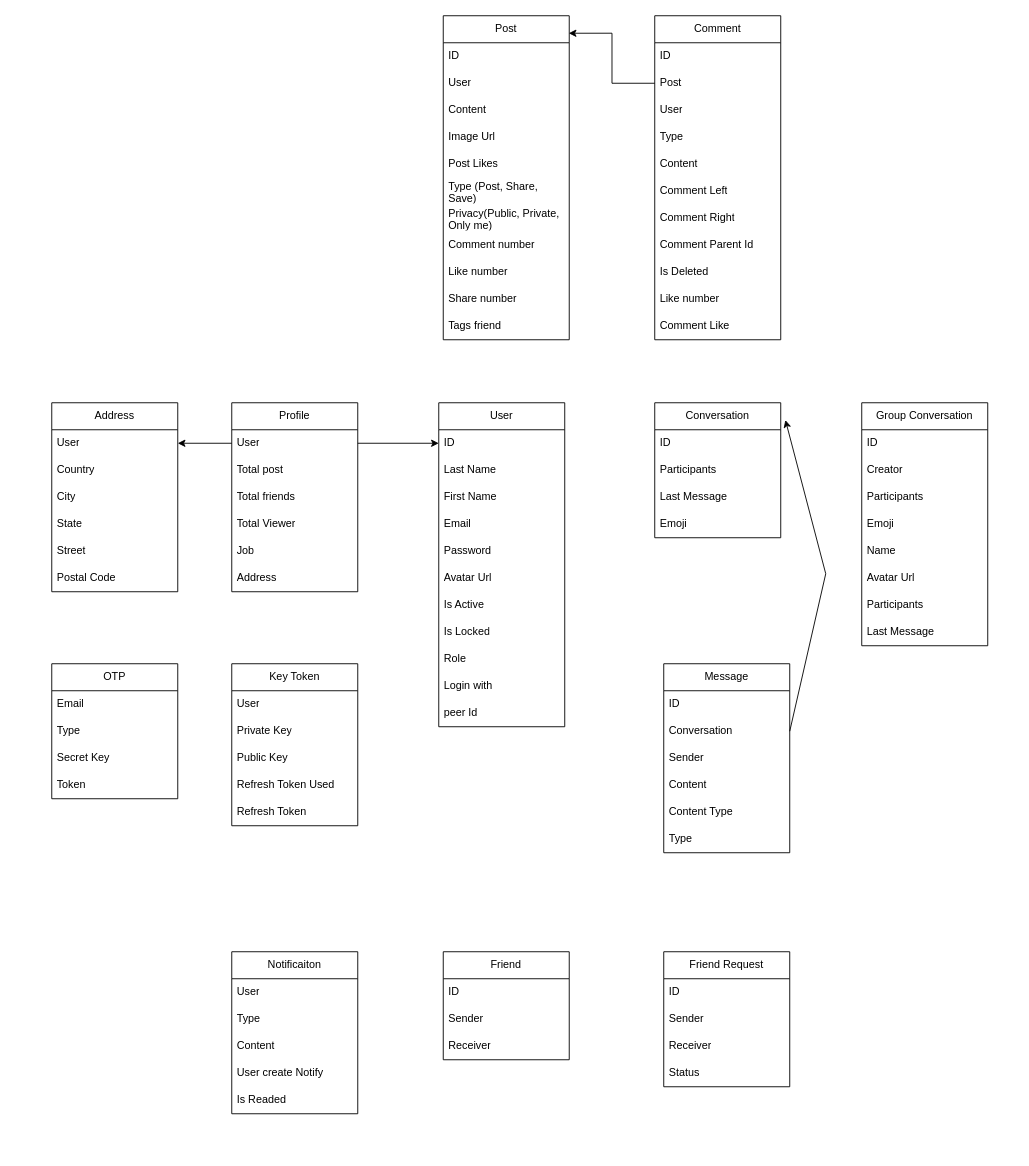
Before: chat-app-server/socialMedia.drawio in hoangdat12/chat-app, a draw.io diagram. Source tidied: cells renumbered, new cells numbered last; positions are measured from the earlier drawing's top-left corner, leaving out a move shared by most shapes. Both pictures are drawn from the tidied source at 90%, with x=0, y=0 at pixel (51, 15).
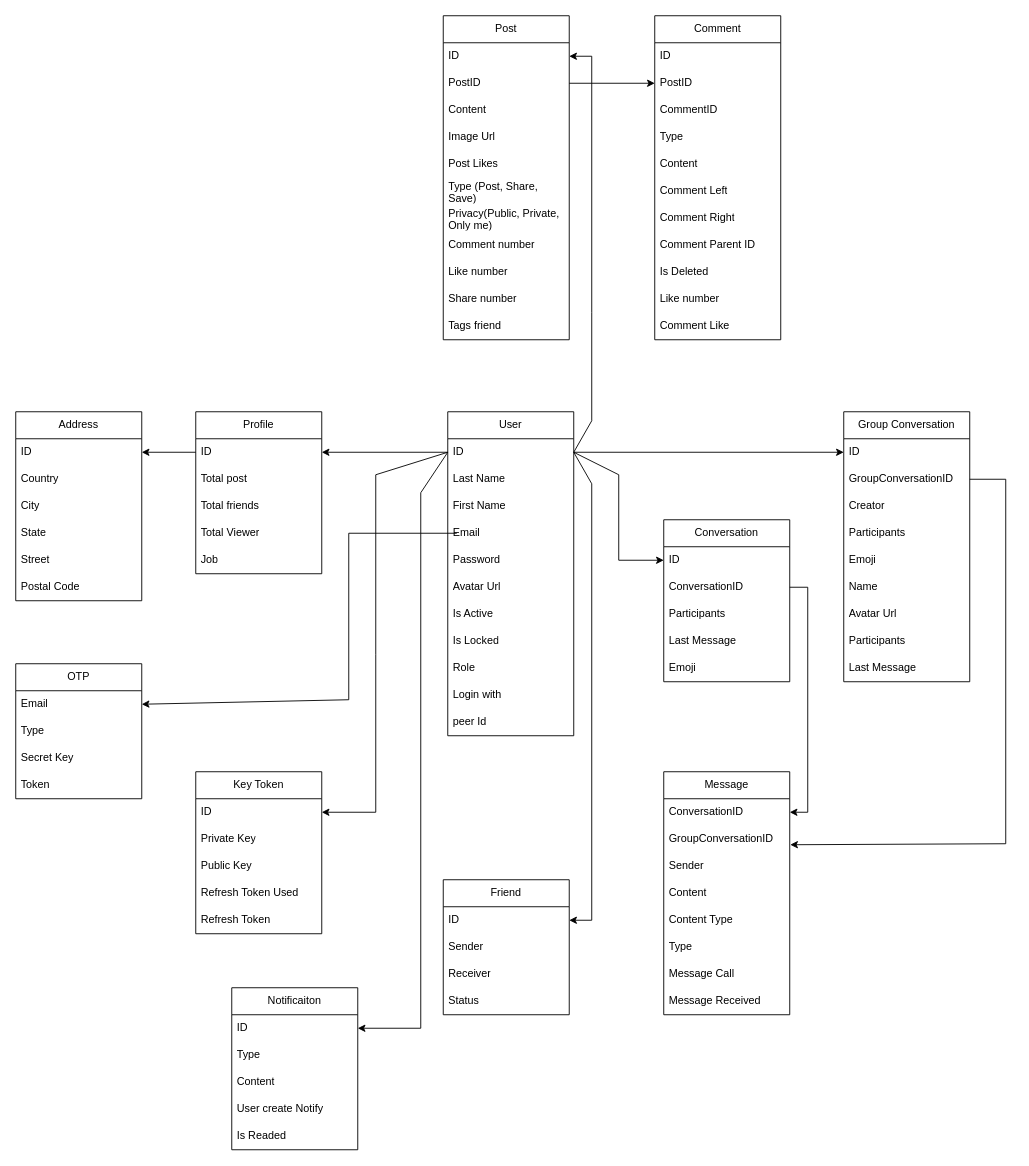
Above is the later version.

Commit message (it also covers changes not shown here):
Cập nhật socialMedia.drawio

The change refers to these unchanged cells:
```xml
<mxCell id="3" value="ID" style="text;strokeColor=none;fillColor=none;align=left;verticalAlign=middle;spacingLeft=4;spacingRight=4;overflow=hidden;points=[[0,0.5],[1,0.5]];portConstraint=eastwest;whiteSpace=wrap;html=1;" parent="2" vertex="1">
  <mxGeometry y="30" width="140" height="30" as="geometry" />
</mxCell>
<mxCell id="29" value="Post" style="swimlane;fontStyle=0;horizontal=1;startSize=30;whiteSpace=wrap;html=1;" parent="1" vertex="1">
  <mxGeometry x="435" width="140" height="360" as="geometry" />
</mxCell>
<mxCell id="30" value="ID" style="text;strokeColor=none;fillColor=none;align=left;verticalAlign=middle;spacingLeft=4;spacingRight=4;overflow=hidden;points=[[0,0.5],[1,0.5]];portConstraint=eastwest;whiteSpace=wrap;html=1;" parent="29" vertex="1">
  <mxGeometry y="30" width="140" height="30" as="geometry" />
</mxCell>
<mxCell id="42" value="ID" style="text;strokeColor=none;fillColor=none;align=left;verticalAlign=middle;spacingLeft=4;spacingRight=4;overflow=hidden;points=[[0,0.5],[1,0.5]];portConstraint=eastwest;whiteSpace=wrap;html=1;" parent="41" vertex="1">
  <mxGeometry y="30" width="140" height="30" as="geometry" />
</mxCell>
<mxCell id="47" value="ID" style="text;strokeColor=none;fillColor=none;align=left;verticalAlign=middle;spacingLeft=4;spacingRight=4;overflow=hidden;points=[[0,0.5],[1,0.5]];portConstraint=eastwest;whiteSpace=wrap;html=1;" parent="46" vertex="1">
  <mxGeometry y="30" width="140" height="30" as="geometry" />
</mxCell>
<mxCell id="63" value="Comment" style="swimlane;fontStyle=0;horizontal=1;startSize=30;whiteSpace=wrap;html=1;" parent="1" vertex="1">
  <mxGeometry x="670" width="140" height="360" as="geometry" />
</mxCell>
<mxCell id="83" value="ID" style="text;strokeColor=none;fillColor=none;align=left;verticalAlign=middle;spacingLeft=4;spacingRight=4;overflow=hidden;points=[[0,0.5],[1,0.5]];portConstraint=eastwest;whiteSpace=wrap;html=1;" parent="82" vertex="1">
  <mxGeometry y="30" width="140" height="30" as="geometry" />
</mxCell>
<mxCell id="98" value="Email" style="text;strokeColor=none;fillColor=none;align=left;verticalAlign=middle;spacingLeft=4;spacingRight=4;overflow=hidden;points=[[0,0.5],[1,0.5]];portConstraint=eastwest;whiteSpace=wrap;html=1;" parent="97" vertex="1">
  <mxGeometry y="30" width="140" height="30" as="geometry" />
</mxCell>
```

What changed in the source:
```diff
@@
     <mxCell id="2" value="User" style="swimlane;fontStyle=0;horizontal=1;startSize=30;whiteSpace=wrap;html=1;" parent="1" vertex="1">
-      <mxGeometry x="430" y="430" width="140" height="360" as="geometry" />
+      <mxGeometry x="440" y="440" width="140" height="360" as="geometry" />
     </mxCell>
@@
     <mxCell id="14" value="Profile" style="swimlane;fontStyle=0;horizontal=1;startSize=30;whiteSpace=wrap;html=1;" parent="1" vertex="1">
-      <mxGeometry x="200" y="430" width="140" height="210" as="geometry" />
+      <mxGeometry x="160" y="440" width="140" height="180" as="geometry" />
     </mxCell>
-    <mxCell id="15" value="User" style="text;strokeColor=none;fillColor=none;align=left;verticalAlign=middle;spacingLeft=4;spacingRight=4;overflow=hidden;points=[[0,0.5],[1,0.5]];portConstraint=eastwest;whiteSpace=wrap;html=1;" parent="14" vertex="1">
+    <mxCell id="15" value="ID" style="text;strokeColor=none;fillColor=none;align=left;verticalAlign=middle;spacingLeft=4;spacingRight=4;overflow=hidden;points=[[0,0.5],[1,0.5]];portConstraint=eastwest;whiteSpace=wrap;html=1;" parent="14" vertex="1">
       <mxGeometry y="30" width="140" height="30" as="geometry" />
     </mxCell>
@@
-    <mxCell id="20" value="Address" style="text;strokeColor=none;fillColor=none;align=left;verticalAlign=middle;spacingLeft=4;spacingRight=4;overflow=hidden;whiteSpace=wrap;html=1;" parent="14" vertex="1">
-      <mxGeometry y="180" width="140" height="30" as="geometry" />
-    </mxCell>
-    <mxCell id="21" style="edgeStyle=orthogonalEdgeStyle;rounded=0;jettySize=auto;html=1;exitX=1;exitY=0.5;exitDx=0;exitDy=0;entryX=0;entryY=0.5;entryDx=0;entryDy=0;" parent="1" edge="1" source="15" target="3">
-      <mxGeometry relative="1" as="geometry" />
-    </mxCell>
     <mxCell id="22" value="Address" style="swimlane;fontStyle=0;horizontal=1;startSize=30;whiteSpace=wrap;html=1;" parent="1" vertex="1">
-      <mxGeometry y="430" width="140" height="210" as="geometry" />
+      <mxGeometry x="-40" y="440" width="140" height="210" as="geometry" />
     </mxCell>
-    <mxCell id="23" value="User" style="text;strokeColor=none;fillColor=none;align=left;verticalAlign=middle;spacingLeft=4;spacingRight=4;overflow=hidden;points=[[0,0.5],[1,0.5]];portConstraint=eastwest;whiteSpace=wrap;html=1;" parent="22" vertex="1">
+    <mxCell id="23" value="ID" style="text;strokeColor=none;fillColor=none;align=left;verticalAlign=middle;spacingLeft=4;spacingRight=4;overflow=hidden;points=[[0,0.5],[1,0.5]];portConstraint=eastwest;whiteSpace=wrap;html=1;" parent="22" vertex="1">
       <mxGeometry y="30" width="140" height="30" as="geometry" />
     </mxCell>
@@
-    <mxCell id="31" value="User" style="text;strokeColor=none;fillColor=none;align=left;verticalAlign=middle;spacingLeft=4;spacingRight=4;overflow=hidden;whiteSpace=wrap;html=1;" parent="29" vertex="1">
-      <mxGeometry y="60" width="140" height="30" as="geometry" />
-    </mxCell>
+    <mxCell id="103" value="PostID" style="text;strokeColor=none;fillColor=none;align=left;verticalAlign=middle;spacingLeft=4;spacingRight=4;overflow=hidden;points=[[0,0.5],[1,0.5]];portConstraint=eastwest;whiteSpace=wrap;html=1;" parent="29" vertex="1">
+      <mxGeometry y="60" width="140" height="30" as="geometry" />
+    </mxCell>
@@
     <mxCell id="41" value="Conversation" style="swimlane;fontStyle=0;horizontal=1;startSize=30;whiteSpace=wrap;html=1;" parent="1" vertex="1">
-      <mxGeometry x="670" y="430" width="140" height="150" as="geometry" />
+      <mxGeometry x="680" y="560" width="140" height="180" as="geometry" />
     </mxCell>
@@
+    <mxCell id="104" value="ConversationID" style="text;strokeColor=none;fillColor=none;align=left;verticalAlign=middle;spacingLeft=4;spacingRight=4;overflow=hidden;points=[[0,0.5],[1,0.5]];portConstraint=eastwest;whiteSpace=wrap;html=1;" parent="41" vertex="1">
+      <mxGeometry y="60" width="140" height="30" as="geometry" />
+    </mxCell>
     <mxCell id="43" value="Participants" style="text;strokeColor=none;fillColor=none;align=left;verticalAlign=middle;spacingLeft=4;spacingRight=4;overflow=hidden;whiteSpace=wrap;html=1;" parent="41" vertex="1">
-      <mxGeometry y="60" width="140" height="30" as="geometry" />
+      <mxGeometry y="90" width="140" height="30" as="geometry" />
     </mxCell>
     <mxCell id="44" value="Last Message" style="text;strokeColor=none;fillColor=none;align=left;verticalAlign=middle;spacingLeft=4;spacingRight=4;overflow=hidden;whiteSpace=wrap;html=1;" parent="41" vertex="1">
-      <mxGeometry y="90" width="140" height="30" as="geometry" />
+      <mxGeometry y="120" width="140" height="30" as="geometry" />
     </mxCell>
     <mxCell id="45" value="Emoji" style="text;strokeColor=none;fillColor=none;align=left;verticalAlign=middle;spacingLeft=4;spacingRight=4;overflow=hidden;whiteSpace=wrap;html=1;" parent="41" vertex="1">
-      <mxGeometry y="120" width="140" height="30" as="geometry" />
+      <mxGeometry y="150" width="140" height="30" as="geometry" />
     </mxCell>
     <mxCell id="46" value="Group Conversation" style="swimlane;fontStyle=0;horizontal=1;startSize=30;whiteSpace=wrap;html=1;" parent="1" vertex="1">
-      <mxGeometry x="900" y="430" width="140" height="270" as="geometry" />
+      <mxGeometry x="880" y="440" width="140" height="300" as="geometry" />
     </mxCell>
@@
+    <mxCell id="105" value="GroupConversationID" style="text;strokeColor=none;fillColor=none;align=left;verticalAlign=middle;spacingLeft=4;spacingRight=4;overflow=hidden;points=[[0,0.5],[1,0.5]];portConstraint=eastwest;whiteSpace=wrap;html=1;" parent="46" vertex="1">
+      <mxGeometry y="60" width="140" height="30" as="geometry" />
+    </mxCell>
     <mxCell id="48" value="Creator" style="text;strokeColor=none;fillColor=none;align=left;verticalAlign=middle;spacingLeft=4;spacingRight=4;overflow=hidden;whiteSpace=wrap;html=1;" parent="46" vertex="1">
-      <mxGeometry y="60" width="140" height="30" as="geometry" />
+      <mxGeometry y="90" width="140" height="30" as="geometry" />
     </mxCell>
     <mxCell id="49" value="Participants" style="text;strokeColor=none;fillColor=none;align=left;verticalAlign=middle;spacingLeft=4;spacingRight=4;overflow=hidden;whiteSpace=wrap;html=1;" parent="46" vertex="1">
-      <mxGeometry y="90" width="140" height="30" as="geometry" />
+      <mxGeometry y="120" width="140" height="30" as="geometry" />
     </mxCell>
     <mxCell id="50" value="Emoji" style="text;strokeColor=none;fillColor=none;align=left;verticalAlign=middle;spacingLeft=4;spacingRight=4;overflow=hidden;whiteSpace=wrap;html=1;" parent="46" vertex="1">
-      <mxGeometry y="120" width="140" height="30" as="geometry" />
+      <mxGeometry y="150" width="140" height="30" as="geometry" />
     </mxCell>
     <mxCell id="51" value="Name" style="text;strokeColor=none;fillColor=none;align=left;verticalAlign=middle;spacingLeft=4;spacingRight=4;overflow=hidden;whiteSpace=wrap;html=1;" parent="46" vertex="1">
-      <mxGeometry y="150" width="140" height="30" as="geometry" />
+      <mxGeometry y="180" width="140" height="30" as="geometry" />
     </mxCell>
     <mxCell id="52" value="Avatar Url" style="text;strokeColor=none;fillColor=none;align=left;verticalAlign=middle;spacingLeft=4;spacingRight=4;overflow=hidden;whiteSpace=wrap;html=1;" parent="46" vertex="1">
-      <mxGeometry y="180" width="140" height="30" as="geometry" />
+      <mxGeometry y="210" width="140" height="30" as="geometry" />
     </mxCell>
     <mxCell id="53" value="Participants" style="text;strokeColor=none;fillColor=none;align=left;verticalAlign=middle;spacingLeft=4;spacingRight=4;overflow=hidden;whiteSpace=wrap;html=1;" parent="46" vertex="1">
-      <mxGeometry y="210" width="140" height="30" as="geometry" />
+      <mxGeometry y="240" width="140" height="30" as="geometry" />
     </mxCell>
     <mxCell id="54" value="Last Message" style="text;strokeColor=none;fillColor=none;align=left;verticalAlign=middle;spacingLeft=4;spacingRight=4;overflow=hidden;whiteSpace=wrap;html=1;" parent="46" vertex="1">
-      <mxGeometry y="240" width="140" height="30" as="geometry" />
+      <mxGeometry y="270" width="140" height="30" as="geometry" />
     </mxCell>
     <mxCell id="55" value="Message" style="swimlane;fontStyle=0;horizontal=1;startSize=30;whiteSpace=wrap;html=1;" parent="1" vertex="1">
-      <mxGeometry x="680" y="720" width="140" height="210" as="geometry" />
+      <mxGeometry x="680" y="840" width="140" height="270" as="geometry" />
     </mxCell>
-    <mxCell id="56" value="ID" style="text;strokeColor=none;fillColor=none;align=left;verticalAlign=middle;spacingLeft=4;spacingRight=4;overflow=hidden;whiteSpace=wrap;html=1;" parent="55" vertex="1">
-      <mxGeometry y="30" width="140" height="30" as="geometry" />
-    </mxCell>
-    <mxCell id="57" value="Conversation" style="text;strokeColor=none;fillColor=none;align=left;verticalAlign=middle;spacingLeft=4;spacingRight=4;overflow=hidden;points=[[0,0.5],[1,0.5]];portConstraint=eastwest;whiteSpace=wrap;html=1;" parent="55" vertex="1">
-      <mxGeometry y="60" width="140" height="30" as="geometry" />
+    <mxCell id="57" value="ConversationID" style="text;strokeColor=none;fillColor=none;align=left;verticalAlign=middle;spacingLeft=4;spacingRight=4;overflow=hidden;points=[[0,0.5],[1,0.5]];portConstraint=eastwest;whiteSpace=wrap;html=1;" parent="55" vertex="1">
+      <mxGeometry y="30" width="140" height="30" as="geometry" />
     </mxCell>
+    <mxCell id="106" value="GroupConversationID" style="text;strokeColor=none;fillColor=none;align=left;verticalAlign=middle;spacingLeft=4;spacingRight=4;overflow=hidden;points=[[0,0.5],[1,0.5]];portConstraint=eastwest;whiteSpace=wrap;html=1;" parent="55" vertex="1">
+      <mxGeometry y="60" width="140" height="30" as="geometry" />
+    </mxCell>
@@
-    <mxCell id="62" style="endArrow=classic;html=1;rounded=0;exitX=1;exitY=0.5;exitDx=0;exitDy=0;entryX=1.037;entryY=0.128;entryDx=0;entryDy=0;entryPerimeter=0;" parent="1" edge="1" source="57" target="41">
-      <mxGeometry relative="1" as="geometry">
-        <Array as="points">
-          <mxPoint x="860" y="620" />
-        </Array>
-      </mxGeometry>
-    </mxCell>
+    <mxCell id="107" value="Message Call" style="text;strokeColor=none;fillColor=none;align=left;verticalAlign=middle;spacingLeft=4;spacingRight=4;overflow=hidden;whiteSpace=wrap;html=1;" parent="55" vertex="1">
+      <mxGeometry y="210" width="140" height="30" as="geometry" />
+    </mxCell>
+    <mxCell id="108" value="Message Received" style="text;strokeColor=none;fillColor=none;align=left;verticalAlign=middle;spacingLeft=4;spacingRight=4;overflow=hidden;whiteSpace=wrap;html=1;" parent="55" vertex="1">
+      <mxGeometry y="240" width="140" height="30" as="geometry" />
+    </mxCell>
@@
-    <mxCell id="65" value="Post&amp;nbsp;" style="text;strokeColor=none;fillColor=none;align=left;verticalAlign=middle;spacingLeft=4;spacingRight=4;overflow=hidden;points=[[0,0.5],[1,0.5]];portConstraint=eastwest;whiteSpace=wrap;html=1;" parent="63" vertex="1">
+    <mxCell id="65" value="PostID" style="text;strokeColor=none;fillColor=none;align=left;verticalAlign=middle;spacingLeft=4;spacingRight=4;overflow=hidden;points=[[0,0.5],[1,0.5]];portConstraint=eastwest;whiteSpace=wrap;html=1;" parent="63" vertex="1">
       <mxGeometry y="60" width="140" height="30" as="geometry" />
     </mxCell>
-    <mxCell id="66" value="User" style="text;strokeColor=none;fillColor=none;align=left;verticalAlign=middle;spacingLeft=4;spacingRight=4;overflow=hidden;whiteSpace=wrap;html=1;" parent="63" vertex="1">
-      <mxGeometry y="90" width="140" height="30" as="geometry" />
-    </mxCell>
+    <mxCell id="109" value="CommentID" style="text;strokeColor=none;fillColor=none;align=left;verticalAlign=middle;spacingLeft=4;spacingRight=4;overflow=hidden;whiteSpace=wrap;html=1;" parent="63" vertex="1">
+      <mxGeometry y="90" width="140" height="30" as="geometry" />
+    </mxCell>
@@
-    <mxCell id="71" value="Comment Parent Id" style="text;strokeColor=none;fillColor=none;align=left;verticalAlign=middle;spacingLeft=4;spacingRight=4;overflow=hidden;whiteSpace=wrap;html=1;" parent="63" vertex="1">
+    <mxCell id="71" value="Comment Parent ID" style="text;strokeColor=none;fillColor=none;align=left;verticalAlign=middle;spacingLeft=4;spacingRight=4;overflow=hidden;whiteSpace=wrap;html=1;" parent="63" vertex="1">
       <mxGeometry y="240" width="140" height="30" as="geometry" />
     </mxCell>
@@
-    <mxCell id="75" style="edgeStyle=orthogonalEdgeStyle;rounded=0;jettySize=auto;html=1;exitX=0;exitY=0.5;exitDx=0;exitDy=0;entryX=0.996;entryY=0.054;entryDx=0;entryDy=0;entryPerimeter=0;" parent="1" edge="1" source="65" target="29">
-      <mxGeometry relative="1" as="geometry" />
-    </mxCell>
     <mxCell id="76" value="Notificaiton" style="swimlane;fontStyle=0;horizontal=1;startSize=30;whiteSpace=wrap;html=1;" parent="1" vertex="1">
-      <mxGeometry x="200" y="1040" width="140" height="180" as="geometry" />
+      <mxGeometry x="200" y="1080" width="140" height="180" as="geometry" />
     </mxCell>
-    <mxCell id="77" value="User" style="text;strokeColor=none;fillColor=none;align=left;verticalAlign=middle;spacingLeft=4;spacingRight=4;overflow=hidden;points=[[0,0.5],[1,0.5]];portConstraint=eastwest;whiteSpace=wrap;html=1;" parent="76" vertex="1">
+    <mxCell id="77" value="ID" style="text;strokeColor=none;fillColor=none;align=left;verticalAlign=middle;spacingLeft=4;spacingRight=4;overflow=hidden;points=[[0,0.5],[1,0.5]];portConstraint=eastwest;whiteSpace=wrap;html=1;" parent="76" vertex="1">
       <mxGeometry y="30" width="140" height="30" as="geometry" />
     </mxCell>
@@
     <mxCell id="82" value="Friend" style="swimlane;fontStyle=0;horizontal=1;startSize=30;whiteSpace=wrap;html=1;" parent="1" vertex="1">
-      <mxGeometry x="435" y="1040" width="140" height="120" as="geometry" />
+      <mxGeometry x="435" y="960" width="140" height="150" as="geometry" />
     </mxCell>
@@
-    <mxCell id="86" value="Friend Request" style="swimlane;fontStyle=0;horizontal=1;startSize=30;whiteSpace=wrap;html=1;" parent="1" vertex="1">
-      <mxGeometry x="680" y="1040" width="140" height="150" as="geometry" />
-    </mxCell>
-    <mxCell id="87" value="ID" style="text;strokeColor=none;fillColor=none;align=left;verticalAlign=middle;spacingLeft=4;spacingRight=4;overflow=hidden;whiteSpace=wrap;html=1;" parent="86" vertex="1">
-      <mxGeometry y="30" width="140" height="30" as="geometry" />
-    </mxCell>
-    <mxCell id="88" value="Sender" style="text;strokeColor=none;fillColor=none;align=left;verticalAlign=middle;spacingLeft=4;spacingRight=4;overflow=hidden;whiteSpace=wrap;html=1;" parent="86" vertex="1">
-      <mxGeometry y="60" width="140" height="30" as="geometry" />
-    </mxCell>
-    <mxCell id="89" value="Receiver" style="text;strokeColor=none;fillColor=none;align=left;verticalAlign=middle;spacingLeft=4;spacingRight=4;overflow=hidden;whiteSpace=wrap;html=1;" parent="86" vertex="1">
-      <mxGeometry y="90" width="140" height="30" as="geometry" />
-    </mxCell>
-    <mxCell id="90" value="Status" style="text;strokeColor=none;fillColor=none;align=left;verticalAlign=middle;spacingLeft=4;spacingRight=4;overflow=hidden;whiteSpace=wrap;html=1;" parent="86" vertex="1">
+    <mxCell id="90" value="Status" style="text;strokeColor=none;fillColor=none;align=left;verticalAlign=middle;spacingLeft=4;spacingRight=4;overflow=hidden;whiteSpace=wrap;html=1;" parent="82" vertex="1">
       <mxGeometry y="120" width="140" height="30" as="geometry" />
     </mxCell>
     <mxCell id="91" value="Key Token" style="swimlane;fontStyle=0;horizontal=1;startSize=30;whiteSpace=wrap;html=1;" parent="1" vertex="1">
-      <mxGeometry x="200" y="720" width="140" height="180" as="geometry" />
+      <mxGeometry x="160" y="840" width="140" height="180" as="geometry" />
     </mxCell>
-    <mxCell id="92" value="User" style="text;strokeColor=none;fillColor=none;align=left;verticalAlign=middle;spacingLeft=4;spacingRight=4;overflow=hidden;points=[[0,0.5],[1,0.5]];portConstraint=eastwest;whiteSpace=wrap;html=1;" parent="91" vertex="1">
+    <mxCell id="92" value="ID" style="text;strokeColor=none;fillColor=none;align=left;verticalAlign=middle;spacingLeft=4;spacingRight=4;overflow=hidden;points=[[0,0.5],[1,0.5]];portConstraint=eastwest;whiteSpace=wrap;html=1;" parent="91" vertex="1">
       <mxGeometry y="30" width="140" height="30" as="geometry" />
     </mxCell>
@@
     <mxCell id="97" value="OTP" style="swimlane;fontStyle=0;horizontal=1;startSize=30;whiteSpace=wrap;html=1;" parent="1" vertex="1">
-      <mxGeometry y="720" width="140" height="150" as="geometry" />
+      <mxGeometry x="-40" y="720" width="140" height="150" as="geometry" />
     </mxCell>
@@
+    <mxCell id="110" style="edgeStyle=orthogonalEdgeStyle;rounded=0;jettySize=auto;html=1;exitX=0;exitY=0.5;exitDx=0;exitDy=0;entryX=1;entryY=0.5;entryDx=0;entryDy=0;" parent="1" edge="1" source="3" target="15">
+      <mxGeometry relative="1" as="geometry" />
+    </mxCell>
+    <mxCell id="111" style="endArrow=classic;html=1;rounded=0;exitX=1;exitY=0.5;exitDx=0;exitDy=0;entryX=1;entryY=0.5;entryDx=0;entryDy=0;" parent="1" edge="1" source="3" target="30">
+      <mxGeometry relative="1" as="geometry">
+        <Array as="points">
+          <mxPoint x="600" y="450" />
+          <mxPoint x="600" y="330" />
+          <mxPoint x="600" y="45" />
+        </Array>
+      </mxGeometry>
+    </mxCell>
+    <mxCell id="112" style="edgeStyle=orthogonalEdgeStyle;rounded=0;jettySize=auto;html=1;exitX=1;exitY=0.5;exitDx=0;exitDy=0;entryX=1;entryY=0.5;entryDx=0;entryDy=0;" parent="1" edge="1" source="104" target="57">
+      <mxGeometry relative="1" as="geometry" />
+    </mxCell>
+    <mxCell id="113" style="endArrow=classic;html=1;rounded=0;exitX=1;exitY=0.5;exitDx=0;exitDy=0;entryX=0;entryY=0.5;entryDx=0;entryDy=0;" parent="1" edge="1" source="3" target="47">
+      <mxGeometry relative="1" as="geometry" />
+    </mxCell>
+    <mxCell id="114" style="endArrow=classic;html=1;rounded=0;exitX=1;exitY=0.5;exitDx=0;exitDy=0;entryX=0;entryY=0.5;entryDx=0;entryDy=0;" parent="1" edge="1" source="3" target="42">
+      <mxGeometry relative="1" as="geometry">
+        <Array as="points">
+          <mxPoint x="630" y="510" />
+          <mxPoint x="630" y="605" />
+        </Array>
+      </mxGeometry>
+    </mxCell>
+    <mxCell id="115" style="endArrow=classic;html=1;rounded=0;exitX=1;exitY=0.5;exitDx=0;exitDy=0;entryX=1.004;entryY=0.703;entryDx=0;entryDy=0;entryPerimeter=0;" parent="1" edge="1" source="105" target="106">
+      <mxGeometry relative="1" as="geometry">
+        <Array as="points">
+          <mxPoint x="1060" y="515" />
+          <mxPoint x="1060" y="920" />
+        </Array>
+      </mxGeometry>
+    </mxCell>
+    <mxCell id="116" style="endArrow=classic;html=1;rounded=0;exitX=1;exitY=0.5;exitDx=0;exitDy=0;entryX=1;entryY=0.5;entryDx=0;entryDy=0;" parent="1" edge="1" source="3" target="83">
+      <mxGeometry relative="1" as="geometry">
+        <Array as="points">
+          <mxPoint x="600" y="520" />
+          <mxPoint x="600" y="1005" />
+        </Array>
+      </mxGeometry>
+    </mxCell>
+    <mxCell id="117" style="edgeStyle=orthogonalEdgeStyle;rounded=0;jettySize=auto;html=1;exitX=1;exitY=0.5;exitDx=0;exitDy=0;" parent="1" edge="1" source="103" target="65">
+      <mxGeometry relative="1" as="geometry" />
+    </mxCell>
+    <mxCell id="118" style="endArrow=classic;html=1;rounded=0;exitX=0;exitY=0.5;exitDx=0;exitDy=0;entryX=1;entryY=0.5;entryDx=0;entryDy=0;" parent="1" edge="1" target="98">
+      <mxGeometry relative="1" as="geometry">
+        <mxPoint x="450" y="575" as="sourcePoint" />
+        <Array as="points">
+          <mxPoint x="410" y="575" />
+          <mxPoint x="330" y="575" />
+          <mxPoint x="330" y="760" />
+        </Array>
+      </mxGeometry>
+    </mxCell>
+    <mxCell id="119" style="endArrow=classic;html=1;rounded=0;entryX=1;entryY=0.5;entryDx=0;entryDy=0;exitX=0;exitY=0.5;exitDx=0;exitDy=0;" parent="1" edge="1" source="3" target="92">
+      <mxGeometry relative="1" as="geometry">
+        <Array as="points">
+          <mxPoint x="360" y="510" />
+          <mxPoint x="360" y="710" />
+          <mxPoint x="360" y="885" />
+        </Array>
+      </mxGeometry>
+    </mxCell>
+    <mxCell id="120" style="endArrow=classic;html=1;rounded=0;exitX=0;exitY=0.5;exitDx=0;exitDy=0;entryX=1;entryY=0.5;entryDx=0;entryDy=0;" parent="1" edge="1" source="3" target="77">
+      <mxGeometry relative="1" as="geometry">
+        <Array as="points">
+          <mxPoint x="410" y="530" />
+          <mxPoint x="410" y="1125" />
+        </Array>
+      </mxGeometry>
+    </mxCell>
```
